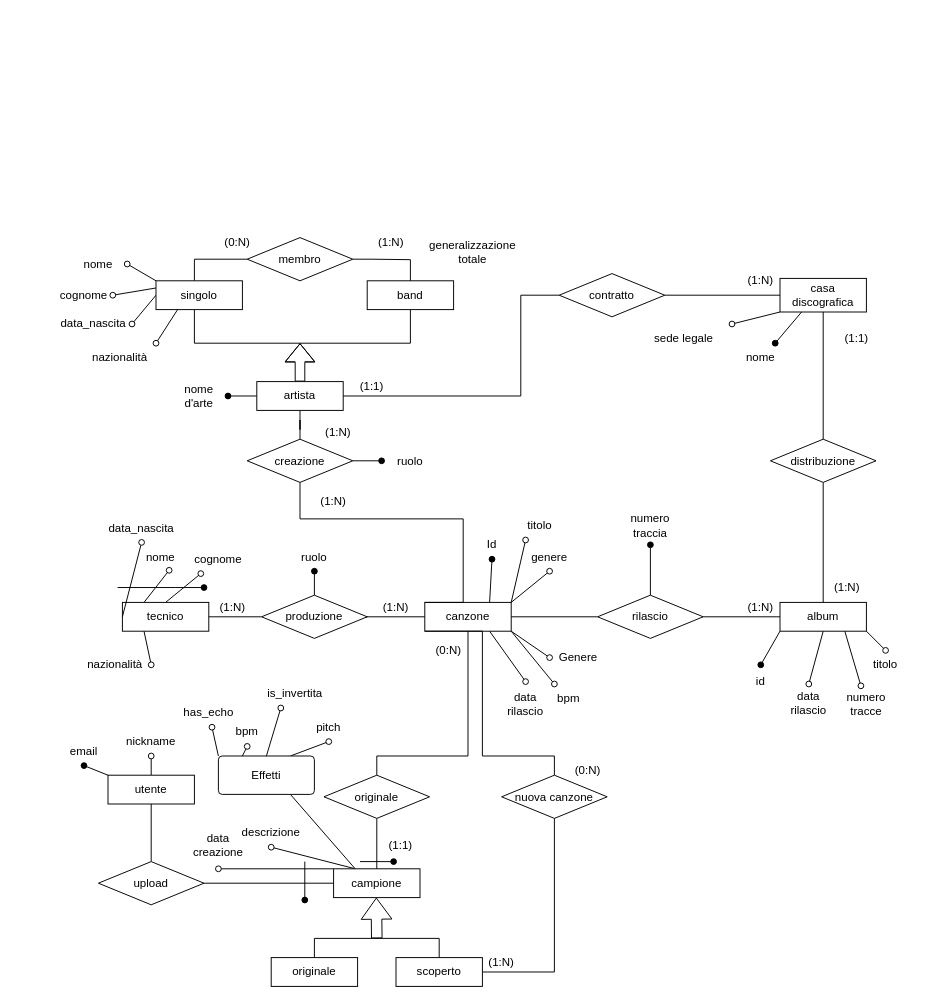
Earlier version of the draw.io diagram diagramma er v2.drawio (Stef4noo/materiale-progetto-basi). Source tidied: cells renumbered, new cells numbered last; positions are measured from the earlier drawing's top-left corner, leaving out a move shared by most shapes. Both pictures are drawn from the tidied source at 96%, with x=0, y=0 at pixel (55, 228).
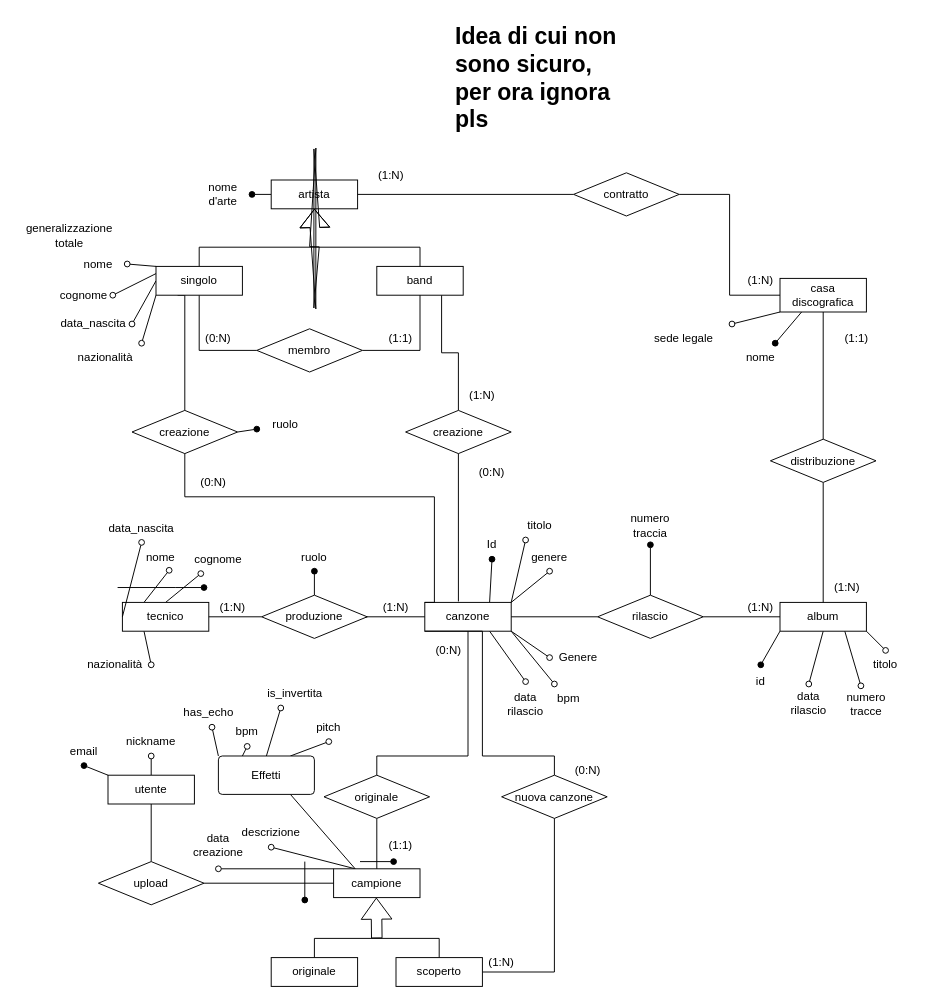
After the change.

The change refers to these unchanged cells:
```xml
<mxCell id="8" value="canzone" style="whiteSpace=wrap;html=1;align=center;labelBackgroundColor=none;" parent="1" vertex="1">
  <mxGeometry x="385" y="390" width="90" height="30" as="geometry" />
</mxCell>
```

Change to the diagram source:
```diff
@@
-    <mxCell id="22" style="edgeStyle=orthogonalEdgeStyle;rounded=0;orthogonalLoop=1;jettySize=auto;html=1;entryX=0.5;entryY=1;entryDx=0;entryDy=0;endArrow=none;endFill=0;" parent="1" edge="1">
-      <mxGeometry relative="1" as="geometry">
-        <mxPoint x="145" y="85" as="sourcePoint" />
-        <mxPoint x="370" y="85" as="targetPoint" />
-        <Array as="points">
-          <mxPoint x="145" y="120" />
-          <mxPoint x="370" y="120" />
-        </Array>
-      </mxGeometry>
-    </mxCell>
+    <mxCell id="129" style="edgeStyle=orthogonalEdgeStyle;rounded=0;jettySize=auto;html=1;exitX=0.75;exitY=1;exitDx=0;exitDy=0;entryX=0.5;entryY=0;entryDx=0;entryDy=0;endArrow=none;endFill=0;" parent="1" edge="1" source="23" target="135">
+      <mxGeometry relative="1" as="geometry" />
+    </mxCell>
     <mxCell id="23" value="band" style="whiteSpace=wrap;html=1;align=center;labelBackgroundColor=none;" parent="1" vertex="1">
-      <mxGeometry x="325" y="55" width="90" height="30" as="geometry" />
+      <mxGeometry x="335" y="40" width="90" height="30" as="geometry" />
     </mxCell>
@@
-    <mxCell id="37" style="edgeStyle=orthogonalEdgeStyle;rounded=0;jettySize=auto;html=1;entryX=0.5;entryY=0;entryDx=0;entryDy=0;endArrow=none;endFill=0;" parent="1" edge="1" source="39">
-      <mxGeometry relative="1" as="geometry">
-        <mxPoint x="145" y="55" as="targetPoint" />
-        <Array as="points">
-          <mxPoint x="145" y="33" />
-        </Array>
-      </mxGeometry>
-    </mxCell>
-    <mxCell id="38" style="edgeStyle=orthogonalEdgeStyle;rounded=0;jettySize=auto;html=1;entryX=0.5;entryY=0;entryDx=0;entryDy=0;endArrow=none;endFill=0;" parent="1" edge="1" source="39">
-      <mxGeometry relative="1" as="geometry">
-        <mxPoint x="370" y="55" as="targetPoint" />
-        <Array as="points">
-          <mxPoint x="330" y="33" />
-          <mxPoint x="355" y="33" />
-        </Array>
-      </mxGeometry>
-    </mxCell>
+    <mxCell id="130" style="edgeStyle=orthogonalEdgeStyle;rounded=0;jettySize=auto;html=1;exitX=0;exitY=0.5;exitDx=0;exitDy=0;entryX=0.5;entryY=1;entryDx=0;entryDy=0;endArrow=none;endFill=0;" parent="1" edge="1" source="39" target="44">
+      <mxGeometry relative="1" as="geometry" />
+    </mxCell>
+    <mxCell id="131" style="edgeStyle=orthogonalEdgeStyle;rounded=0;jettySize=auto;html=1;exitX=1;exitY=0.5;exitDx=0;exitDy=0;entryX=0.5;entryY=1;entryDx=0;entryDy=0;endArrow=none;endFill=0;" parent="1" edge="1" source="39" target="23">
+      <mxGeometry relative="1" as="geometry" />
+    </mxCell>
     <mxCell id="39" value="membro" style="shape=rhombus;perimeter=rhombusPerimeter;whiteSpace=wrap;html=1;align=center;labelBackgroundColor=none;" parent="1" vertex="1">
-      <mxGeometry x="200" y="10" width="110" height="45" as="geometry" />
+      <mxGeometry x="210" y="105" width="110" height="45" as="geometry" />
     </mxCell>
@@
-    <mxCell id="43" style="rounded=0;jettySize=auto;html=1;exitX=0.25;exitY=1;exitDx=0;exitDy=0;entryX=1;entryY=0;entryDx=0;entryDy=0;endArrow=oval;endFill=0;" parent="1" edge="1" source="44" target="126">
+    <mxCell id="43" style="rounded=0;jettySize=auto;html=1;exitX=0;exitY=1;exitDx=0;exitDy=0;entryX=1;entryY=0;entryDx=0;entryDy=0;endArrow=oval;endFill=0;" parent="1" edge="1" source="44" target="126">
       <mxGeometry relative="1" as="geometry" />
     </mxCell>
+    <mxCell id="132" style="edgeStyle=orthogonalEdgeStyle;rounded=0;jettySize=auto;html=1;exitX=0.25;exitY=1;exitDx=0;exitDy=0;endArrow=none;endFill=0;" parent="1" edge="1" source="44" target="54">
+      <mxGeometry relative="1" as="geometry">
+        <Array as="points">
+          <mxPoint x="135" y="70" />
+        </Array>
+      </mxGeometry>
+    </mxCell>
+    <mxCell id="133" style="edgeStyle=orthogonalEdgeStyle;rounded=0;jettySize=auto;html=1;exitX=0.5;exitY=0;exitDx=0;exitDy=0;entryX=0.5;entryY=0;entryDx=0;entryDy=0;endArrow=none;endFill=0;" parent="1" edge="1" source="44" target="23">
+      <mxGeometry relative="1" as="geometry" />
+    </mxCell>
     <mxCell id="44" value="singolo" style="whiteSpace=wrap;html=1;align=center;labelBackgroundColor=none;" parent="1" vertex="1">
-      <mxGeometry x="105" y="55" width="90" height="30" as="geometry" />
+      <mxGeometry x="105" y="40" width="90" height="30" as="geometry" />
     </mxCell>
-    <mxCell id="45" style="edgeStyle=orthogonalEdgeStyle;rounded=0;jettySize=auto;html=1;shape=flexArrow;" parent="1" edge="1" source="48">
-      <mxGeometry relative="1" as="geometry">
-        <mxPoint x="255" y="120" as="targetPoint" />
-      </mxGeometry>
-    </mxCell>
-    <mxCell id="46" style="edgeStyle=orthogonalEdgeStyle;rounded=0;jettySize=auto;html=1;entryX=0.5;entryY=0;entryDx=0;entryDy=0;endArrow=none;endFill=0;" parent="1" edge="1" source="48" target="54">
-      <mxGeometry relative="1" as="geometry" />
-    </mxCell>
@@
     <mxCell id="48" value="artista" style="whiteSpace=wrap;html=1;align=center;labelBackgroundColor=none;" parent="1" vertex="1">
-      <mxGeometry x="210" y="160" width="90" height="30" as="geometry" />
+      <mxGeometry x="225" y="-50" width="90" height="30" as="geometry" />
     </mxCell>
@@
     <mxCell id="54" value="creazione" style="shape=rhombus;perimeter=rhombusPerimeter;whiteSpace=wrap;html=1;align=center;labelBackgroundColor=none;" parent="1" vertex="1">
-      <mxGeometry x="200" y="220" width="110" height="45" as="geometry" />
+      <mxGeometry x="80" y="190" width="110" height="45" as="geometry" />
     </mxCell>
@@
-    <mxCell id="59" style="edgeStyle=orthogonalEdgeStyle;rounded=0;jettySize=auto;html=1;entryX=0;entryY=0;entryDx=0;entryDy=0;endArrow=none;endFill=0;" parent="1" edge="1" source="54" target="8">
+    <mxCell id="59" style="edgeStyle=orthogonalEdgeStyle;rounded=0;jettySize=auto;html=1;entryX=0;entryY=0;entryDx=0;entryDy=0;endArrow=none;endFill=0;exitX=0.5;exitY=1;exitDx=0;exitDy=0;" parent="1" edge="1" source="54" target="8">
       <mxGeometry relative="1" as="geometry">
         <Array as="points">
-          <mxPoint x="425" y="303" />
-          <mxPoint x="425" y="390" />
+          <mxPoint x="135" y="280" />
+          <mxPoint x="395" y="280" />
+          <mxPoint x="395" y="390" />
         </Array>
       </mxGeometry>
     </mxCell>
     <mxCell id="60" value="generalizzazione totale" style="text;html=1;whiteSpace=wrap;strokeColor=none;fillColor=none;align=center;verticalAlign=middle;rounded=0;" parent="1" vertex="1">
-      <mxGeometry x="380" y="10" width="110" height="30" as="geometry" />
+      <mxGeometry x="-40" y="-7.5" width="110" height="30" as="geometry" />
     </mxCell>
@@
     <mxCell id="65" style="edgeStyle=orthogonalEdgeStyle;rounded=0;jettySize=auto;html=1;exitX=0;exitY=0.5;exitDx=0;exitDy=0;entryX=1;entryY=0.5;entryDx=0;entryDy=0;endArrow=none;endFill=0;" parent="1" edge="1" source="66" target="48">
-      <mxGeometry relative="1" as="geometry">
-        <Array as="points">
-          <mxPoint x="485" y="70" />
-          <mxPoint x="485" y="175" />
-        </Array>
-      </mxGeometry>
+      <mxGeometry relative="1" as="geometry" />
     </mxCell>
     <mxCell id="66" value="contratto" style="shape=rhombus;perimeter=rhombusPerimeter;whiteSpace=wrap;html=1;align=center;labelBackgroundColor=none;" parent="1" vertex="1">
-      <mxGeometry x="525" y="47.5" width="110" height="45" as="geometry" />
+      <mxGeometry x="540" y="-57.5" width="110" height="45" as="geometry" />
     </mxCell>
@@
     <mxCell id="75" value="(1:1)" style="text;html=1;whiteSpace=wrap;strokeColor=none;fillColor=none;align=center;verticalAlign=middle;rounded=0;" parent="1" vertex="1">
-      <mxGeometry x="300" y="150" width="60" height="30" as="geometry" />
+      <mxGeometry x="330" y="100" width="60" height="30" as="geometry" />
     </mxCell>
@@
-    <mxCell id="84" value="(1:N)" style="text;html=1;whiteSpace=wrap;strokeColor=none;fillColor=none;align=center;verticalAlign=middle;rounded=0;" parent="1" vertex="1">
-      <mxGeometry x="260" y="270" width="60" height="30" as="geometry" />
+    <mxCell id="84" value="(0:N)" style="text;html=1;whiteSpace=wrap;strokeColor=none;fillColor=none;align=center;verticalAlign=middle;rounded=0;" parent="1" vertex="1">
+      <mxGeometry x="135" y="250" width="60" height="30" as="geometry" />
     </mxCell>
     <mxCell id="85" value="(1:N)" style="text;html=1;whiteSpace=wrap;strokeColor=none;fillColor=none;align=center;verticalAlign=middle;rounded=0;" parent="1" vertex="1">
-      <mxGeometry x="265" y="197.5" width="60" height="30" as="geometry" />
+      <mxGeometry x="415" y="160" width="60" height="30" as="geometry" />
     </mxCell>
     <mxCell id="86" value="(1:N)" style="text;html=1;whiteSpace=wrap;strokeColor=none;fillColor=none;align=center;verticalAlign=middle;rounded=0;" parent="1" vertex="1">
-      <mxGeometry x="320" width="60" height="30" as="geometry" />
+      <mxGeometry x="320" y="-70" width="60" height="30" as="geometry" />
     </mxCell>
     <mxCell id="87" value="(0:N)" style="text;html=1;whiteSpace=wrap;strokeColor=none;fillColor=none;align=center;verticalAlign=middle;rounded=0;" parent="1" vertex="1">
-      <mxGeometry x="160" width="60" height="30" as="geometry" />
+      <mxGeometry x="140" y="100" width="60" height="30" as="geometry" />
     </mxCell>
@@
     <mxCell id="95" value="&lt;div&gt;nome&lt;/div&gt;&lt;div&gt;d'arte&lt;/div&gt;" style="text;html=1;whiteSpace=wrap;strokeColor=none;fillColor=none;align=center;verticalAlign=middle;rounded=0;" parent="1" vertex="1">
-      <mxGeometry x="120" y="160" width="60" height="30" as="geometry" />
+      <mxGeometry x="145" y="-50" width="60" height="30" as="geometry" />
     </mxCell>
@@
     <mxCell id="117" value="ruolo" style="text;html=1;whiteSpace=wrap;strokeColor=none;fillColor=none;align=center;verticalAlign=middle;rounded=0;" parent="1" vertex="1">
-      <mxGeometry x="340" y="227.5" width="60" height="30" as="geometry" />
+      <mxGeometry x="210" y="190" width="60" height="30" as="geometry" />
     </mxCell>
@@
     <mxCell id="126" value="nazionalità" style="text;html=1;whiteSpace=wrap;strokeColor=none;fillColor=none;align=center;verticalAlign=middle;rounded=0;" parent="1" vertex="1">
-      <mxGeometry x="30" y="120" width="75" height="30" as="geometry" />
+      <mxGeometry x="15" y="120" width="75" height="30" as="geometry" />
     </mxCell>
@@
+    <mxCell id="134" style="edgeStyle=orthogonalEdgeStyle;rounded=0;orthogonalLoop=1;jettySize=auto;html=1;shape=flexArrow;" parent="1" edge="1">
+      <mxGeometry relative="1" as="geometry">
+        <mxPoint x="270" y="20" as="sourcePoint" />
+        <mxPoint x="270" y="-20" as="targetPoint" />
+      </mxGeometry>
+    </mxCell>
+    <mxCell id="135" value="creazione" style="shape=rhombus;perimeter=rhombusPerimeter;whiteSpace=wrap;html=1;align=center;labelBackgroundColor=none;" parent="1" vertex="1">
+      <mxGeometry x="365" y="190" width="110" height="45" as="geometry" />
+    </mxCell>
+    <mxCell id="136" style="edgeStyle=orthogonalEdgeStyle;rounded=0;jettySize=auto;html=1;exitX=0.5;exitY=1;exitDx=0;exitDy=0;entryX=0.389;entryY=-0.033;entryDx=0;entryDy=0;entryPerimeter=0;endArrow=none;endFill=0;" parent="1" edge="1" source="135" target="8">
+      <mxGeometry relative="1" as="geometry" />
+    </mxCell>
+    <mxCell id="137" value="(0:N)" style="text;html=1;whiteSpace=wrap;strokeColor=none;fillColor=none;align=center;verticalAlign=middle;rounded=0;" parent="1" vertex="1">
+      <mxGeometry x="425" y="240" width="60" height="30" as="geometry" />
+    </mxCell>
+    <mxCell id="138" value="&lt;h1 style=&quot;margin-top: 0px;&quot;&gt;Idea di cui non sono sicuro, per ora ignora pls&lt;/h1&gt;&lt;p&gt;&lt;br&gt;&lt;/p&gt;" style="text;html=1;whiteSpace=wrap;overflow=hidden;rounded=0;" parent="1" vertex="1">
+      <mxGeometry x="415" y="-220" width="180" height="120" as="geometry" />
+    </mxCell>
```
